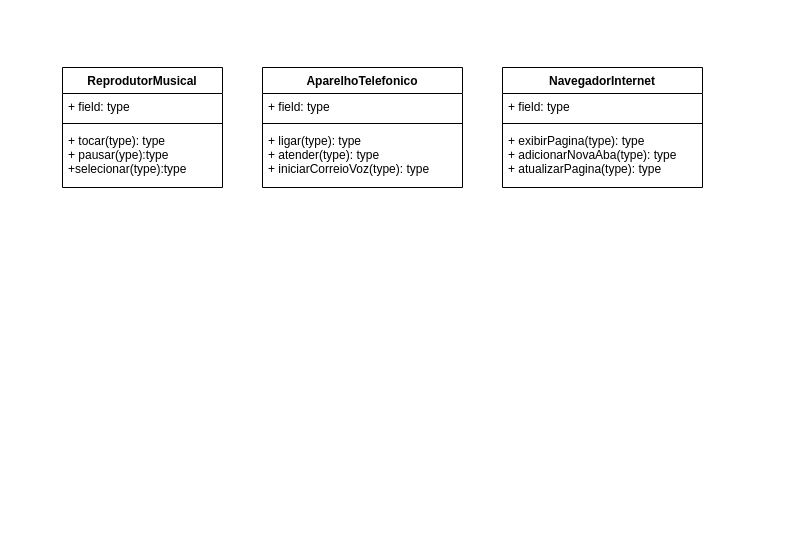
The draw.io diagram Untitled Diagram.drawio in pthauany/diagrama-classes-iphone, before the edit. Source tidied: cells renumbered, new cells numbered last; positions are measured from the earlier drawing's top-left corner, leaving out a move shared by most shapes. Both pictures are drawn from the tidied source at 100%, with x=0, y=0 at pixel (62, 67).
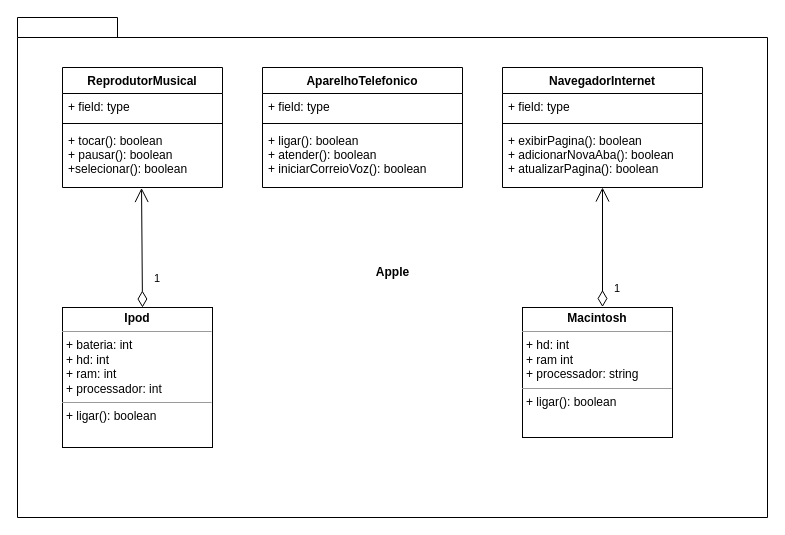
The same diagram, later.

Commit message:
Update Iphone Class Diagram.drawio

Unchanged cells that the change refers to:
```xml
<mxCell id="2" value="ReprodutorMusical" style="swimlane;fontStyle=1;align=center;verticalAlign=top;horizontal=1;startSize=26;" parent="1" vertex="1">
  <mxGeometry width="160" height="120" as="geometry" />
</mxCell>
<mxCell id="6" value="AparelhoTelefonico" style="swimlane;fontStyle=1;align=center;verticalAlign=top;horizontal=1;startSize=26;" parent="1" vertex="1">
  <mxGeometry x="200" width="200" height="120" as="geometry" />
</mxCell>
<mxCell id="10" value="NavegadorInternet" style="swimlane;fontStyle=1;align=center;verticalAlign=top;horizontal=1;startSize=26;" parent="1" vertex="1">
  <mxGeometry x="440" width="200" height="120" as="geometry" />
</mxCell>
```

Change to the diagram source:
```diff
@@
+    <mxCell id="14" value="Apple" style="shape=folder;fontStyle=1;spacingTop=10;tabWidth=100;tabHeight=20;tabPosition=left;html=1;" parent="1" vertex="1">
+      <mxGeometry x="-45" y="-50" width="750" height="500" as="geometry" />
+    </mxCell>
@@
-    <mxCell id="5" value="+ tocar(type): type&#10;+ pausar(ype):type&#10;+selecionar(type):type" style="text;strokeColor=none;fillColor=none;align=left;verticalAlign=top;spacingLeft=4;spacingRight=4;overflow=hidden;points=[[0,0.5],[1,0.5]];portConstraint=eastwest;" parent="2" vertex="1">
+    <mxCell id="5" value="+ tocar(): boolean&#10;+ pausar(): boolean&#10;+selecionar(): boolean" style="text;strokeColor=none;fillColor=none;align=left;verticalAlign=top;spacingLeft=4;spacingRight=4;overflow=hidden;points=[[0,0.5],[1,0.5]];portConstraint=eastwest;" parent="2" vertex="1">
       <mxGeometry y="60" width="160" height="60" as="geometry" />
     </mxCell>
@@
-    <mxCell id="9" value="+ ligar(type): type&#10;+ atender(type): type&#10;+ iniciarCorreioVoz(type): type" style="text;strokeColor=none;fillColor=none;align=left;verticalAlign=top;spacingLeft=4;spacingRight=4;overflow=hidden;" parent="6" vertex="1">
+    <mxCell id="9" value="+ ligar(): boolean&#10;+ atender(): boolean&#10;+ iniciarCorreioVoz(): boolean" style="text;strokeColor=none;fillColor=none;align=left;verticalAlign=top;spacingLeft=4;spacingRight=4;overflow=hidden;" parent="6" vertex="1">
       <mxGeometry y="60" width="200" height="60" as="geometry" />
     </mxCell>
@@
-    <mxCell id="13" value="+ exibirPagina(type): type&#10;+ adicionarNovaAba(type): type&#10;+ atualizarPagina(type): type&#10;" style="text;strokeColor=none;fillColor=none;align=left;verticalAlign=top;spacingLeft=4;spacingRight=4;overflow=hidden;" parent="10" vertex="1">
+    <mxCell id="13" value="+ exibirPagina(): boolean&#10;+ adicionarNovaAba(): boolean&#10;+ atualizarPagina(): boolean&#10;" style="text;strokeColor=none;fillColor=none;align=left;verticalAlign=top;spacingLeft=4;spacingRight=4;overflow=hidden;" parent="10" vertex="1">
       <mxGeometry y="60" width="200" height="60" as="geometry" />
     </mxCell>
+    <mxCell id="15" value="1" style="endArrow=open;html=1;endSize=12;startArrow=diamondThin;startSize=14;startFill=0;edgeStyle=orthogonalEdgeStyle;align=left;verticalAlign=bottom;rounded=0;exitX=0.5;exitY=0;exitDx=0;exitDy=0;entryX=0.494;entryY=1.008;entryDx=0;entryDy=0;entryPerimeter=0;" parent="1" edge="1" target="5">
+      <mxGeometry x="-0.67" y="-10" relative="1" as="geometry">
+        <mxPoint x="80" y="240" as="sourcePoint" />
+        <Array as="points">
+          <mxPoint x="80" y="121" />
+        </Array>
+      </mxGeometry>
+    </mxCell>
+    <mxCell id="16" value="1" style="endArrow=open;html=1;endSize=12;startArrow=diamondThin;startSize=14;startFill=0;edgeStyle=orthogonalEdgeStyle;align=left;verticalAlign=bottom;rounded=0;entryX=0.5;entryY=1;entryDx=0;entryDy=0;entryPerimeter=0;" parent="1" edge="1">
+      <mxGeometry x="-0.84" y="-10" relative="1" as="geometry">
+        <mxPoint x="540" y="239.5" as="sourcePoint" />
+        <mxPoint x="540" y="120" as="targetPoint" />
+      </mxGeometry>
+    </mxCell>
+    <mxCell id="17" value="&lt;p style=&quot;margin:0px;margin-top:4px;text-align:center;&quot;&gt;&lt;b&gt;Ipod&lt;/b&gt;&lt;/p&gt;&lt;hr size=&quot;1&quot;&gt;&lt;p style=&quot;margin:0px;margin-left:4px;&quot;&gt;+ bateria: int&lt;/p&gt;&lt;p style=&quot;margin:0px;margin-left:4px;&quot;&gt;+ hd: int&lt;/p&gt;&lt;p style=&quot;margin:0px;margin-left:4px;&quot;&gt;+ ram: int&lt;/p&gt;&lt;p style=&quot;margin:0px;margin-left:4px;&quot;&gt;+ processador: int&lt;/p&gt;&lt;hr size=&quot;1&quot;&gt;&lt;p style=&quot;margin:0px;margin-left:4px;&quot;&gt;+ ligar(): boolean&lt;/p&gt;" style="verticalAlign=top;align=left;overflow=fill;fontSize=12;fontFamily=Helvetica;html=1;" parent="1" vertex="1">
+      <mxGeometry y="240" width="150" height="140" as="geometry" />
+    </mxCell>
+    <mxCell id="18" value="&lt;p style=&quot;margin:0px;margin-top:4px;text-align:center;&quot;&gt;&lt;b&gt;Macintosh&lt;/b&gt;&lt;/p&gt;&lt;hr size=&quot;1&quot;&gt;&lt;p style=&quot;margin:0px;margin-left:4px;&quot;&gt;+ hd&lt;span style=&quot;background-color: initial;&quot;&gt;: int&lt;/span&gt;&lt;/p&gt;&lt;p style=&quot;margin:0px;margin-left:4px;&quot;&gt;+ ram int&lt;/p&gt;&lt;p style=&quot;margin:0px;margin-left:4px;&quot;&gt;+ processador: string&lt;/p&gt;&lt;hr size=&quot;1&quot;&gt;&lt;p style=&quot;margin:0px;margin-left:4px;&quot;&gt;+ ligar(): boolean&lt;/p&gt;" style="verticalAlign=top;align=left;overflow=fill;fontSize=12;fontFamily=Helvetica;html=1;" parent="1" vertex="1">
+      <mxGeometry x="460" y="240" width="150" height="130" as="geometry" />
+    </mxCell>
```
